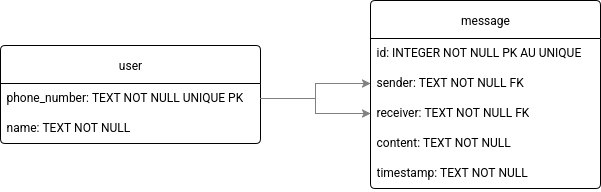
The draw.io diagram doc/database.png in vl0000/gomessenger, before a commit. Source tidied: cells renumbered, new cells last; positions are measured from the earlier drawing's top-left corner, leaving out a move shared by most shapes. The source it was exported from:
```xml
<mxGraphModel>
  <root>
    <mxCell id="0" />
    <mxCell id="1" parent="0" />
    <mxCell id="2" value="message" style="swimlane;fontStyle=0;horizontal=1;startSize=38;whiteSpace=wrap;html=1;rounded=1;align=center;verticalAlign=middle;fontFamily=Roboto;fontSource=https%3A%2F%2Ffonts.googleapis.com%2Fcss%3Ffamily%3DRoboto;fontSize=12;arcSize=4;labelBackgroundColor=none;swimlaneFillColor=default;" parent="1" vertex="1">
      <mxGeometry x="370" width="230" height="188" as="geometry" />
    </mxCell>
    <mxCell id="3" value="&lt;div&gt;id: INTEGER NOT NULL PK AU UNIQUE&lt;/div&gt;" style="text;strokeColor=none;fillColor=none;align=left;verticalAlign=top;spacingLeft=4;spacingRight=4;overflow=hidden;whiteSpace=wrap;html=1;fontFamily=Roboto;fontSource=https%3A%2F%2Ffonts.googleapis.com%2Fcss%3Ffamily%3DRoboto;fontSize=12;labelBackgroundColor=none;rounded=1;" parent="2" vertex="1">
      <mxGeometry y="38" width="230" height="30" as="geometry" />
    </mxCell>
    <mxCell id="4" value="sender: TEXT NOT NULL FK" style="text;strokeColor=none;fillColor=none;align=left;verticalAlign=top;spacingLeft=4;spacingRight=4;overflow=hidden;points=[[0,0.5],[1,0.5]];portConstraint=eastwest;whiteSpace=wrap;html=1;fontFamily=Roboto;fontSource=https%3A%2F%2Ffonts.googleapis.com%2Fcss%3Ffamily%3DRoboto;fontSize=12;labelBackgroundColor=none;rounded=1;" parent="2" vertex="1">
      <mxGeometry y="68" width="230" height="30" as="geometry" />
    </mxCell>
    <mxCell id="5" value="receiver: TEXT NOT NULL FK" style="text;strokeColor=none;fillColor=none;align=left;verticalAlign=top;spacingLeft=4;spacingRight=4;overflow=hidden;points=[[0,0.5],[1,0.5]];portConstraint=eastwest;whiteSpace=wrap;html=1;fontFamily=Roboto;fontSource=https%3A%2F%2Ffonts.googleapis.com%2Fcss%3Ffamily%3DRoboto;fontSize=12;labelBackgroundColor=none;rounded=1;" parent="2" vertex="1">
      <mxGeometry y="98" width="230" height="30" as="geometry" />
    </mxCell>
    <mxCell id="6" value="content: TEXT NOT NULL" style="text;strokeColor=none;fillColor=none;align=left;verticalAlign=top;spacingLeft=4;spacingRight=4;overflow=hidden;whiteSpace=wrap;html=1;fontFamily=Roboto;fontSource=https%3A%2F%2Ffonts.googleapis.com%2Fcss%3Ffamily%3DRoboto;fontSize=12;labelBackgroundColor=none;rounded=1;" parent="2" vertex="1">
      <mxGeometry y="128" width="230" height="30" as="geometry" />
    </mxCell>
    <mxCell id="7" value="timestamp: TEXT NOT NULL" style="text;strokeColor=none;fillColor=none;align=left;verticalAlign=top;spacingLeft=4;spacingRight=4;overflow=hidden;whiteSpace=wrap;html=1;fontFamily=Roboto;fontSource=https%3A%2F%2Ffonts.googleapis.com%2Fcss%3Ffamily%3DRoboto;fontSize=12;labelBackgroundColor=none;rounded=1;" parent="2" vertex="1">
      <mxGeometry y="158" width="230" height="30" as="geometry" />
    </mxCell>
    <mxCell id="8" value="user" style="swimlane;fontStyle=0;horizontal=1;startSize=38;whiteSpace=wrap;html=1;rounded=1;align=center;verticalAlign=middle;fontFamily=Roboto;fontSource=https%3A%2F%2Ffonts.googleapis.com%2Fcss%3Ffamily%3DRoboto;fontSize=12;arcSize=4;labelBackgroundColor=none;swimlaneFillColor=default;" parent="1" vertex="1">
      <mxGeometry y="45" width="260" height="98" as="geometry" />
    </mxCell>
    <mxCell id="9" value="phone_number: TEXT NOT NULL UNIQUE PK" style="text;strokeColor=none;fillColor=none;align=left;verticalAlign=top;spacingLeft=4;spacingRight=4;overflow=hidden;points=[[0,0.5],[1,0.5]];portConstraint=eastwest;whiteSpace=wrap;html=1;fontFamily=Roboto;fontSource=https%3A%2F%2Ffonts.googleapis.com%2Fcss%3Ffamily%3DRoboto;fontSize=12;labelBackgroundColor=none;rounded=1;" parent="8" vertex="1">
      <mxGeometry y="38" width="260" height="30" as="geometry" />
    </mxCell>
    <mxCell id="10" value="name: TEXT NOT NULL" style="text;strokeColor=none;fillColor=none;align=left;verticalAlign=top;spacingLeft=4;spacingRight=4;overflow=hidden;whiteSpace=wrap;html=1;fontFamily=Roboto;fontSource=https%3A%2F%2Ffonts.googleapis.com%2Fcss%3Ffamily%3DRoboto;fontSize=12;labelBackgroundColor=none;rounded=1;" parent="8" vertex="1">
      <mxGeometry y="68" width="260" height="30" as="geometry" />
    </mxCell>
    <mxCell id="11" style="edgeStyle=orthogonalEdgeStyle;rounded=0;jettySize=auto;html=1;exitX=1;exitY=0.5;exitDx=0;exitDy=0;entryX=0;entryY=0.5;entryDx=0;entryDy=0;fillColor=#a20025;strokeColor=#808080;" parent="1" edge="1" source="9" target="4">
      <mxGeometry relative="1" as="geometry" />
    </mxCell>
    <mxCell id="12" style="edgeStyle=orthogonalEdgeStyle;rounded=0;jettySize=auto;html=1;entryX=0;entryY=0.5;entryDx=0;entryDy=0;fillColor=#a20025;strokeColor=#808080;" parent="1" edge="1" source="9" target="5">
      <mxGeometry relative="1" as="geometry" />
    </mxCell>
  </root>
</mxGraphModel>
```
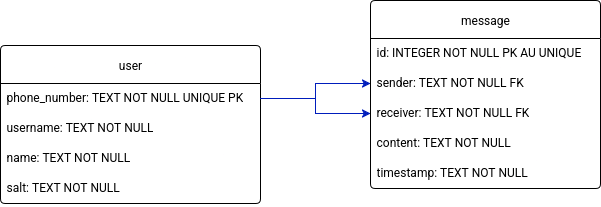
After the change.

The edit, as a diff of the source:
```diff
@@ -21,18 +21,24 @@
       <mxGeometry y="158" width="230" height="30" as="geometry" />
     </mxCell>
     <mxCell id="8" value="user" style="swimlane;fontStyle=0;horizontal=1;startSize=38;whiteSpace=wrap;html=1;rounded=1;align=center;verticalAlign=middle;fontFamily=Roboto;fontSource=https%3A%2F%2Ffonts.googleapis.com%2Fcss%3Ffamily%3DRoboto;fontSize=12;arcSize=4;labelBackgroundColor=none;swimlaneFillColor=default;" parent="1" vertex="1">
-      <mxGeometry y="45" width="260" height="98" as="geometry" />
+      <mxGeometry y="45" width="260" height="158" as="geometry" />
     </mxCell>
     <mxCell id="9" value="phone_number: TEXT NOT NULL UNIQUE PK" style="text;strokeColor=none;fillColor=none;align=left;verticalAlign=top;spacingLeft=4;spacingRight=4;overflow=hidden;points=[[0,0.5],[1,0.5]];portConstraint=eastwest;whiteSpace=wrap;html=1;fontFamily=Roboto;fontSource=https%3A%2F%2Ffonts.googleapis.com%2Fcss%3Ffamily%3DRoboto;fontSize=12;labelBackgroundColor=none;rounded=1;" parent="8" vertex="1">
       <mxGeometry y="38" width="260" height="30" as="geometry" />
     </mxCell>
+    <mxCell id="13" value="username: TEXT NOT NULL" style="text;strokeColor=none;fillColor=none;align=left;verticalAlign=top;spacingLeft=4;spacingRight=4;overflow=hidden;whiteSpace=wrap;html=1;fontFamily=Roboto;fontSource=https%3A%2F%2Ffonts.googleapis.com%2Fcss%3Ffamily%3DRoboto;fontSize=12;labelBackgroundColor=none;rounded=1;" parent="8" vertex="1">
+      <mxGeometry y="68" width="260" height="30" as="geometry" />
+    </mxCell>
     <mxCell id="10" value="name: TEXT NOT NULL" style="text;strokeColor=none;fillColor=none;align=left;verticalAlign=top;spacingLeft=4;spacingRight=4;overflow=hidden;whiteSpace=wrap;html=1;fontFamily=Roboto;fontSource=https%3A%2F%2Ffonts.googleapis.com%2Fcss%3Ffamily%3DRoboto;fontSize=12;labelBackgroundColor=none;rounded=1;" parent="8" vertex="1">
-      <mxGeometry y="68" width="260" height="30" as="geometry" />
+      <mxGeometry y="98" width="260" height="30" as="geometry" />
     </mxCell>
+    <mxCell id="14" value="salt: TEXT NOT NULL" style="text;strokeColor=none;fillColor=none;align=left;verticalAlign=top;spacingLeft=4;spacingRight=4;overflow=hidden;whiteSpace=wrap;html=1;fontFamily=Roboto;fontSource=https%3A%2F%2Ffonts.googleapis.com%2Fcss%3Ffamily%3DRoboto;fontSize=12;labelBackgroundColor=none;rounded=1;" parent="8" vertex="1">
+      <mxGeometry y="128" width="260" height="30" as="geometry" />
+    </mxCell>
-    <mxCell id="11" style="edgeStyle=orthogonalEdgeStyle;rounded=0;jettySize=auto;html=1;exitX=1;exitY=0.5;exitDx=0;exitDy=0;entryX=0;entryY=0.5;entryDx=0;entryDy=0;fillColor=#a20025;strokeColor=#808080;" parent="1" edge="1" source="9" target="4">
+    <mxCell id="11" style="edgeStyle=orthogonalEdgeStyle;rounded=0;jettySize=auto;html=1;exitX=1;exitY=0.5;exitDx=0;exitDy=0;entryX=0;entryY=0.5;entryDx=0;entryDy=0;fillColor=#0050ef;strokeColor=#001DBC;" parent="1" edge="1" source="9" target="4">
       <mxGeometry relative="1" as="geometry" />
     </mxCell>
-    <mxCell id="12" style="edgeStyle=orthogonalEdgeStyle;rounded=0;jettySize=auto;html=1;entryX=0;entryY=0.5;entryDx=0;entryDy=0;fillColor=#a20025;strokeColor=#808080;" parent="1" edge="1" source="9" target="5">
+    <mxCell id="12" style="edgeStyle=orthogonalEdgeStyle;rounded=0;jettySize=auto;html=1;entryX=0;entryY=0.5;entryDx=0;entryDy=0;fillColor=#0050ef;strokeColor=#001DBC;" parent="1" edge="1" source="9" target="5">
       <mxGeometry relative="1" as="geometry" />
     </mxCell>
   </root>
```
